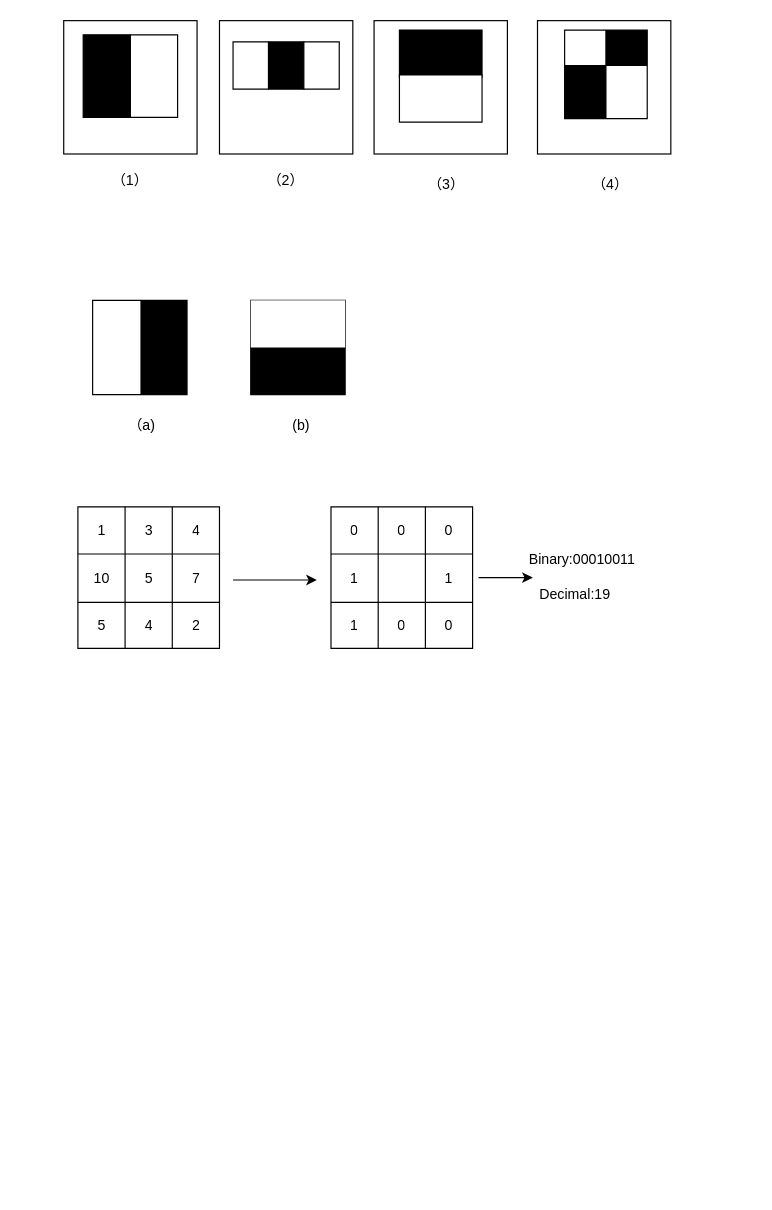
The draw.io diagram 毕业设计.drawio in keyty-str/MySQL, before the edit. Source tidied: cells renumbered, new cells numbered last; positions are measured from the earlier drawing's top-left corner, leaving out a move shared by most shapes. Both pictures are drawn from the tidied source at 118%, with x=0, y=0 at pixel (64, 20).
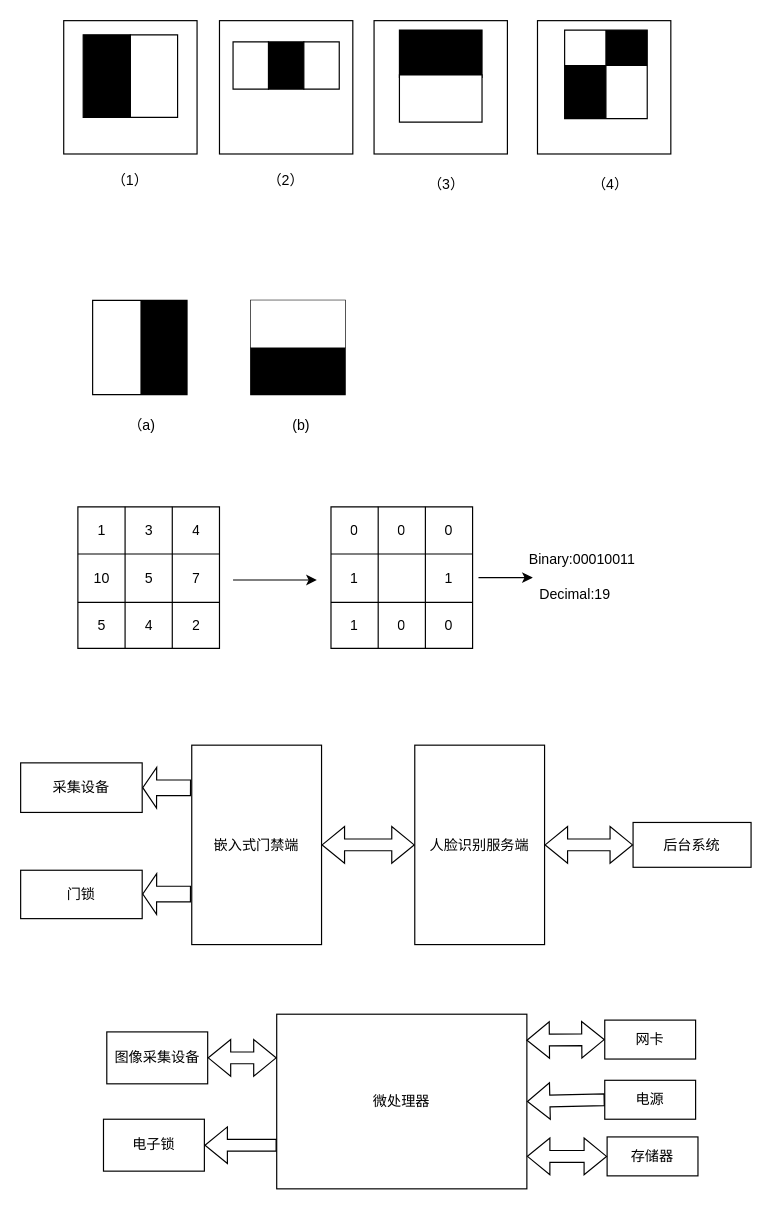
The same page after the edit.

What changed in the source:
```diff
@@
+    <mxCell id="64" value="嵌入式门禁端" style="rounded=0;whiteSpace=wrap;html=1;" parent="1" vertex="1">
+      <mxGeometry x="108" y="614" width="110" height="169" as="geometry" />
+    </mxCell>
+    <mxCell id="65" value="人脸识别服务端" style="rounded=0;whiteSpace=wrap;html=1;" parent="1" vertex="1">
+      <mxGeometry x="297" y="614" width="110" height="169" as="geometry" />
+    </mxCell>
+    <mxCell id="66" style="shape=flexArrow;endArrow=classic;startArrow=classic;html=1;rounded=0;exitX=1;exitY=0.5;exitDx=0;exitDy=0;entryX=0;entryY=0.5;entryDx=0;entryDy=0;" parent="1" edge="1" source="64" target="65">
+      <mxGeometry relative="1" as="geometry" />
+    </mxCell>
+    <mxCell id="67" value="采集设备" style="rounded=0;whiteSpace=wrap;html=1;" parent="1" vertex="1">
+      <mxGeometry x="-37" y="629" width="103" height="42" as="geometry" />
+    </mxCell>
+    <mxCell id="68" value="门锁" style="rounded=0;whiteSpace=wrap;html=1;" parent="1" vertex="1">
+      <mxGeometry x="-37" y="720" width="103" height="41" as="geometry" />
+    </mxCell>
+    <mxCell id="69" style="shape=flexArrow;endArrow=classic;html=1;rounded=0;entryX=1;entryY=0.5;entryDx=0;entryDy=0;width=13.333333333333334;endSize=3.575;exitX=-0.005;exitY=0.214;exitDx=0;exitDy=0;exitPerimeter=0;" parent="1" edge="1" source="64" target="67">
+      <mxGeometry relative="1" as="geometry" />
+    </mxCell>
+    <mxCell id="70" style="shape=flexArrow;endArrow=classic;html=1;rounded=0;entryX=1;entryY=0.5;entryDx=0;entryDy=0;width=13.333333333333334;endSize=3.575;exitX=-0.005;exitY=0.214;exitDx=0;exitDy=0;exitPerimeter=0;" parent="1" edge="1">
+      <mxGeometry relative="1" as="geometry">
+        <mxPoint x="107.4" y="740.2" as="sourcePoint" />
+        <mxPoint x="66" y="740.1" as="targetPoint" />
+      </mxGeometry>
+    </mxCell>
+    <mxCell id="71" value="后台系统" style="rounded=0;whiteSpace=wrap;html=1;" parent="1" vertex="1">
+      <mxGeometry x="482" y="679.5" width="100" height="38" as="geometry" />
+    </mxCell>
+    <mxCell id="72" style="shape=flexArrow;endArrow=classic;startArrow=classic;html=1;rounded=0;exitX=1;exitY=0.5;exitDx=0;exitDy=0;entryX=0;entryY=0.5;entryDx=0;entryDy=0;" parent="1" edge="1" source="65" target="71">
+      <mxGeometry relative="1" as="geometry" />
+    </mxCell>
+    <mxCell id="73" value="微处理器" style="rounded=0;whiteSpace=wrap;html=1;" parent="1" vertex="1">
+      <mxGeometry x="180" y="842" width="212" height="148" as="geometry" />
+    </mxCell>
+    <mxCell id="74" value="图像采集设备" style="rounded=0;whiteSpace=wrap;html=1;" parent="1" vertex="1">
+      <mxGeometry x="36" y="857" width="85.5" height="44" as="geometry" />
+    </mxCell>
+    <mxCell id="75" value="电子锁" style="rounded=0;whiteSpace=wrap;html=1;" parent="1" vertex="1">
+      <mxGeometry x="33.2" y="931" width="85.5" height="44" as="geometry" />
+    </mxCell>
+    <mxCell id="76" value="网卡" style="rounded=0;whiteSpace=wrap;html=1;" parent="1" vertex="1">
+      <mxGeometry x="458" y="847" width="77" height="33" as="geometry" />
+    </mxCell>
+    <mxCell id="77" value="电源" style="rounded=0;whiteSpace=wrap;html=1;" parent="1" vertex="1">
+      <mxGeometry x="458" y="898" width="77" height="33" as="geometry" />
+    </mxCell>
+    <mxCell id="78" value="存储器" style="rounded=0;whiteSpace=wrap;html=1;" parent="1" vertex="1">
+      <mxGeometry x="460" y="946" width="77" height="33" as="geometry" />
+    </mxCell>
+    <mxCell id="79" style="shape=flexArrow;endArrow=classic;html=1;rounded=0;entryX=1;entryY=0.5;entryDx=0;entryDy=0;exitX=0;exitY=0.75;exitDx=0;exitDy=0;" parent="1" edge="1" source="73" target="75">
+      <mxGeometry relative="1" as="geometry" />
+    </mxCell>
+    <mxCell id="80" style="shape=flexArrow;endArrow=classic;startArrow=classic;html=1;rounded=0;exitX=1;exitY=0.5;exitDx=0;exitDy=0;entryX=0;entryY=0.25;entryDx=0;entryDy=0;" parent="1" edge="1" source="74" target="73">
+      <mxGeometry relative="1" as="geometry" />
+    </mxCell>
+    <mxCell id="81" style="shape=flexArrow;endArrow=classic;startArrow=classic;html=1;rounded=0;exitX=0.998;exitY=0.149;exitDx=0;exitDy=0;exitPerimeter=0;entryX=0;entryY=0.5;entryDx=0;entryDy=0;" parent="1" edge="1" source="73" target="76">
+      <mxGeometry relative="1" as="geometry" />
+    </mxCell>
+    <mxCell id="82" style="shape=flexArrow;endArrow=classic;html=1;rounded=0;entryX=1;entryY=0.5;entryDx=0;entryDy=0;exitX=0;exitY=0.5;exitDx=0;exitDy=0;" parent="1" edge="1" source="77" target="73">
+      <mxGeometry relative="1" as="geometry" />
+    </mxCell>
+    <mxCell id="83" style="shape=flexArrow;endArrow=classic;startArrow=classic;html=1;rounded=0;exitX=1;exitY=0.814;exitDx=0;exitDy=0;exitPerimeter=0;entryX=0;entryY=0.5;entryDx=0;entryDy=0;" parent="1" edge="1" source="73" target="78">
+      <mxGeometry relative="1" as="geometry" />
+    </mxCell>
```
